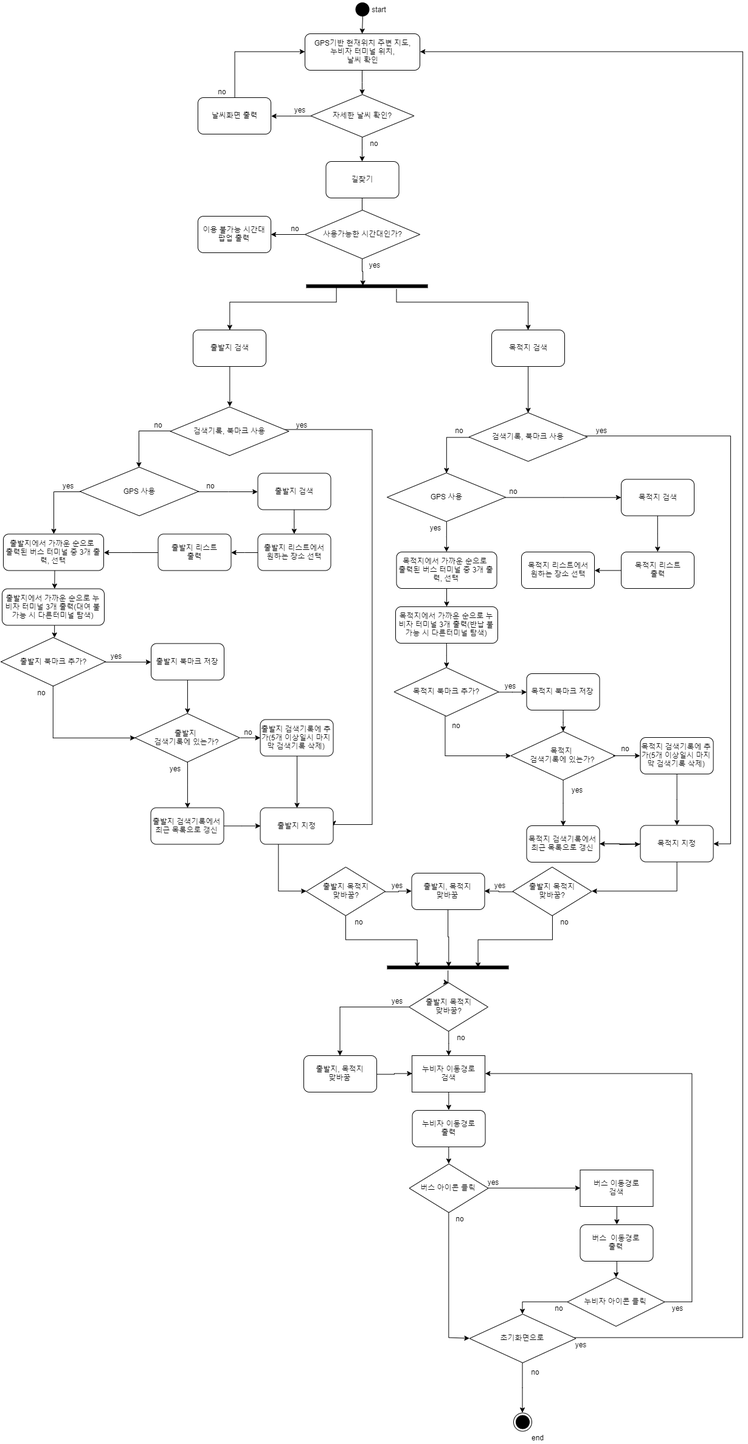
Earlier version of the draw.io export 2nd_homework/activity_diagram.png (chisacam/CWNU19SE_2B). Source tidied: cells renumbered, new cells last; positions are measured from the earlier drawing's top-left corner, leaving out a move shared by most shapes.
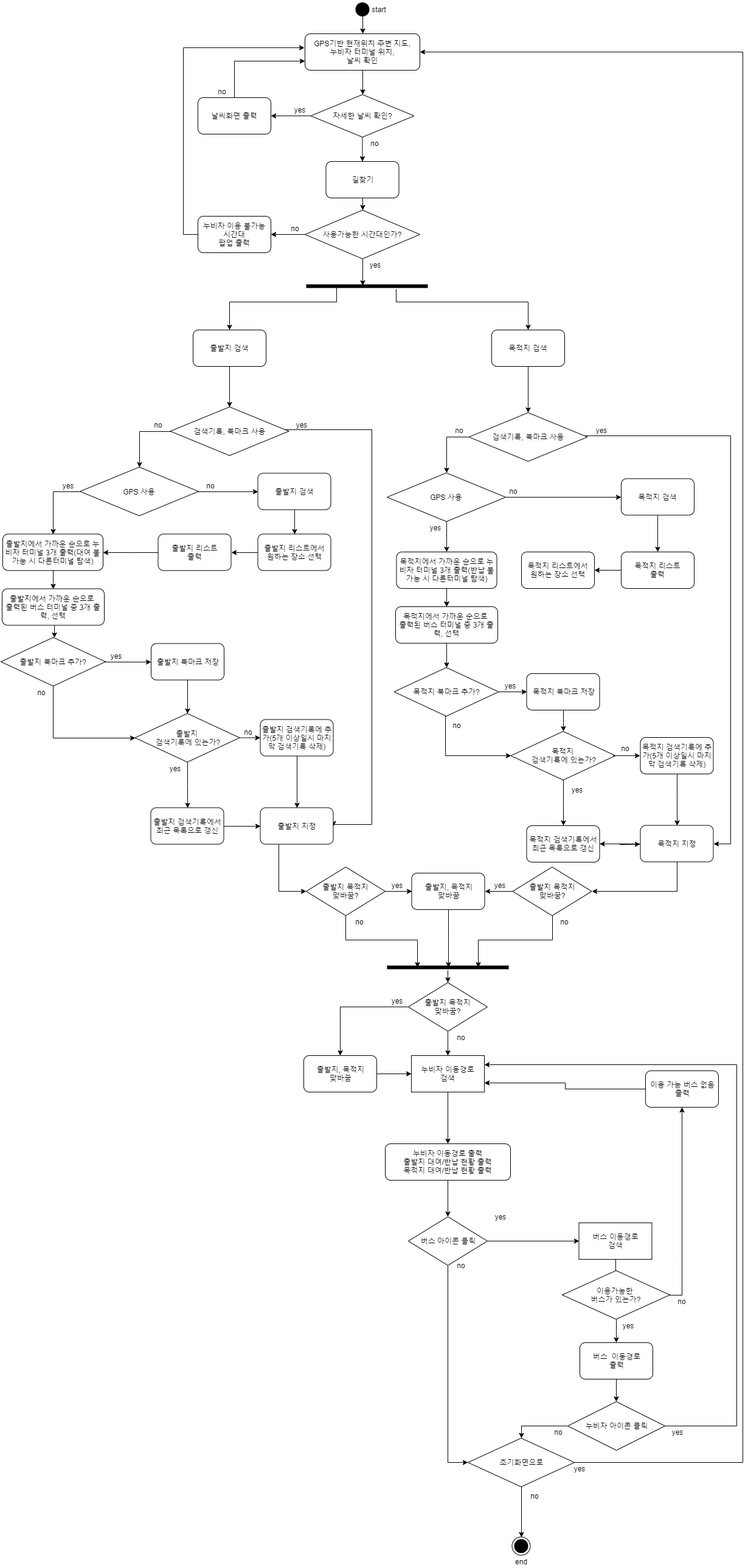
After the change.

Commit message:
update activity diagram -191109

The edit, as a diff of the source:
```diff
@@ -94,8 +94,11 @@
     <mxCell id="26" value="출발지 검색" style="rounded=1;whiteSpace=wrap;html=1;" parent="1" vertex="1">
       <mxGeometry x="422.5" y="777.5" width="120" height="60" as="geometry" />
     </mxCell>
+    <mxCell id="152" style="edgeStyle=orthogonalEdgeStyle;rounded=0;jettySize=auto;html=1;entryX=0.5;entryY=0;entryDx=0;entryDy=0;" parent="1" edge="1" source="27" target="29">
+      <mxGeometry relative="1" as="geometry" />
+    </mxCell>
-    <mxCell id="27" value="출발지에서 가까운 순으로 &lt;br&gt;출력된 버스 터미널 중 3개 출력, 선택" style="rounded=1;whiteSpace=wrap;html=1;" parent="1" vertex="1">
-      <mxGeometry x="4" y="877.5" width="165" height="60" as="geometry" />
+    <mxCell id="27" value="출발지에서 가까운 순으로 누비자 터미널 3개 출력(대여 불가능 시 다른터미널 탐색)" style="rounded=1;whiteSpace=wrap;html=1;" parent="1" vertex="1">
+      <mxGeometry x="3" y="877.5" width="165" height="60" as="geometry" />
     </mxCell>
     <mxCell id="28" style="edgeStyle=orthogonalEdgeStyle;rounded=0;orthogonalLoop=1;jettySize=auto;html=1;entryX=0.5;entryY=0;entryDx=0;entryDy=0;strokeColor=#000000;" parent="1" edge="1">
       <mxGeometry relative="1" as="geometry">
@@ -103,7 +106,7 @@
         <mxPoint x="88.2" y="1047.7" as="targetPoint" />
       </mxGeometry>
     </mxCell>
-    <mxCell id="29" value="출발지에서 가까운 순으로 누비자 터미널 3개 출력(대여 불가능 시 다른터미널 탐색)" style="rounded=1;whiteSpace=wrap;html=1;" parent="1" vertex="1">
+    <mxCell id="29" value="&lt;div&gt;출발지에서 가까운 순으로&amp;nbsp;&lt;/div&gt;&lt;div&gt;출력된 버스 터미널 중 3개 출력, 선택&lt;/div&gt;" style="rounded=1;whiteSpace=wrap;html=1;" parent="1" vertex="1">
       <mxGeometry x="2" y="967.5" width="168" height="60" as="geometry" />
     </mxCell>
     <mxCell id="30" style="edgeStyle=orthogonalEdgeStyle;rounded=0;jettySize=auto;html=1;entryX=0.5;entryY=0;entryDx=0;entryDy=0;strokeColor=#000000;" parent="1" edge="1" source="31" target="45">
@@ -126,12 +129,6 @@
     <mxCell id="35" value="no" style="text;html=1;strokeColor=none;fillColor=none;align=center;verticalAlign=middle;whiteSpace=wrap;rounded=0;" parent="1" vertex="1">
       <mxGeometry x="386.5" y="1192.5" width="40" height="20" as="geometry" />
     </mxCell>
-    <mxCell id="36" style="endArrow=classic;html=1;exitX=0.5;exitY=1;exitDx=0;exitDy=0;" parent="1" edge="1">
-      <mxGeometry relative="1" as="geometry">
-        <mxPoint x="88.5" y="937.5" as="sourcePoint" />
-        <mxPoint x="88.2" y="967.5" as="targetPoint" />
-      </mxGeometry>
-    </mxCell>
     <mxCell id="37" style="edgeStyle=orthogonalEdgeStyle;rounded=0;jettySize=auto;html=1;entryX=0;entryY=0.5;entryDx=0;entryDy=0;strokeColor=#000000;" parent="1" edge="1" target="43">
       <mxGeometry relative="1" as="geometry">
         <mxPoint x="6.1" y="1087.7" as="sourcePoint" />
@@ -204,15 +201,18 @@
       <mxGeometry relative="1" as="geometry" />
     </mxCell>
     <mxCell id="54" value="목적지 검색" style="rounded=1;whiteSpace=wrap;html=1;" parent="1" vertex="1">
-      <mxGeometry x="1020" y="787.5" width="120" height="60" as="geometry" />
+      <mxGeometry x="1020" y="786.5" width="120" height="60" as="geometry" />
     </mxCell>
+    <mxCell id="153" style="edgeStyle=orthogonalEdgeStyle;rounded=0;jettySize=auto;html=1;" parent="1" edge="1" source="55" target="57">
+      <mxGeometry relative="1" as="geometry" />
+    </mxCell>
-    <mxCell id="55" value="목적지에서 가까운 순으로 &lt;br&gt;출력된 버스 터미널 중 3개 출력, 선택" style="rounded=1;whiteSpace=wrap;html=1;" parent="1" vertex="1">
+    <mxCell id="55" value="목적지에서 가까운 순으로 누비자 터미널 3개 출력(반납 불가능 시 다른터미널 탐색)" style="rounded=1;whiteSpace=wrap;html=1;" parent="1" vertex="1">
       <mxGeometry x="650.5" y="907" width="165" height="60" as="geometry" />
     </mxCell>
     <mxCell id="56" style="edgeStyle=orthogonalEdgeStyle;rounded=0;jettySize=auto;html=1;strokeColor=#000000;" parent="1" edge="1" source="57" target="67">
       <mxGeometry relative="1" as="geometry" />
     </mxCell>
-    <mxCell id="57" value="목적지에서 가까운 순으로 누비자 터미널 3개 출력(반납 불가능 시 다른터미널 탐색)" style="rounded=1;whiteSpace=wrap;html=1;" parent="1" vertex="1">
+    <mxCell id="57" value="목적지에서 가까운 순으로&amp;nbsp;&lt;br&gt;출력된 버스 터미널 중 3개 출력, 선택" style="rounded=1;whiteSpace=wrap;html=1;" parent="1" vertex="1">
       <mxGeometry x="649" y="997" width="168" height="60" as="geometry" />
     </mxCell>
     <mxCell id="58" style="edgeStyle=orthogonalEdgeStyle;rounded=0;jettySize=auto;html=1;entryX=0.5;entryY=0;entryDx=0;entryDy=0;strokeColor=#000000;" parent="1" edge="1" source="59" target="72">
@@ -293,55 +293,51 @@
     <mxCell id="79" style="edgeStyle=orthogonalEdgeStyle;rounded=0;jettySize=auto;html=1;entryX=0.5;entryY=0;entryDx=0;entryDy=0;strokeColor=#000000;" parent="1" edge="1" source="80" target="85">
       <mxGeometry relative="1" as="geometry" />
     </mxCell>
-    <mxCell id="80" value="누비자 이동경로&lt;br&gt;출력" style="rounded=1;whiteSpace=wrap;html=1;" parent="1" vertex="1">
-      <mxGeometry x="676.5" y="1825" width="120" height="60" as="geometry" />
+    <mxCell id="80" value="누비자 이동경로 출력&lt;br&gt;출발지 대여/반납 현황 출력&lt;br&gt;목적지 대여/반납 현황 출력" style="rounded=1;whiteSpace=wrap;html=1;" parent="1" vertex="1">
+      <mxGeometry x="632" y="1880" width="206" height="60" as="geometry" />
     </mxCell>
     <mxCell id="81" style="edgeStyle=orthogonalEdgeStyle;rounded=0;jettySize=auto;html=1;entryX=0.5;entryY=0;entryDx=0;entryDy=0;strokeColor=#000000;" parent="1" edge="1" source="82" target="88">
       <mxGeometry relative="1" as="geometry" />
     </mxCell>
     <mxCell id="82" value="버스&amp;nbsp; 이동경로&lt;br&gt;출력" style="rounded=1;whiteSpace=wrap;html=1;" parent="1" vertex="1">
-      <mxGeometry x="952.5" y="2013" width="120" height="60" as="geometry" />
+      <mxGeometry x="952" y="2207" width="120" height="60" as="geometry" />
     </mxCell>
     <mxCell id="83" style="edgeStyle=orthogonalEdgeStyle;rounded=0;jettySize=auto;html=1;strokeColor=#000000;entryX=0;entryY=0.5;entryDx=0;entryDy=0;" parent="1" edge="1" source="85" target="91">
       <mxGeometry relative="1" as="geometry" />
     </mxCell>
-    <mxCell id="84" style="edgeStyle=orthogonalEdgeStyle;rounded=0;jettySize=auto;html=1;strokeColor=#000000;entryX=0;entryY=0.5;entryDx=0;entryDy=0;" parent="1" edge="1" source="85" target="94">
-      <mxGeometry relative="1" as="geometry">
-        <Array as="points">
-          <mxPoint x="736" y="2199" />
-        </Array>
-      </mxGeometry>
+    <mxCell id="84" style="edgeStyle=orthogonalEdgeStyle;rounded=0;jettySize=auto;html=1;entryX=0;entryY=0.5;entryDx=0;entryDy=0;" parent="1" edge="1" source="85" target="94">
+      <mxGeometry relative="1" as="geometry" />
     </mxCell>
     <mxCell id="85" value="버스 아이콘 클릭" style="rhombus;whiteSpace=wrap;html=1;strokeColor=#000000;" parent="1" vertex="1">
-      <mxGeometry x="671.5" y="1913" width="130" height="80" as="geometry" />
+      <mxGeometry x="670" y="2000" width="130" height="80" as="geometry" />
     </mxCell>
+    <mxCell id="87" style="edgeStyle=orthogonalEdgeStyle;rounded=0;jettySize=auto;html=1;entryX=0.5;entryY=0;entryDx=0;entryDy=0;exitX=0;exitY=0.5;exitDx=0;exitDy=0;" parent="1" edge="1" source="88" target="94">
+      <mxGeometry relative="1" as="geometry" />
+    </mxCell>
-    <mxCell id="86" style="edgeStyle=orthogonalEdgeStyle;rounded=0;jettySize=auto;html=1;strokeColor=#000000;entryX=1;entryY=0.5;entryDx=0;entryDy=0;" parent="1" edge="1" source="88" target="89">
+    <mxCell id="86" style="edgeStyle=orthogonalEdgeStyle;rounded=0;jettySize=auto;html=1;entryX=1;entryY=0.25;entryDx=0;entryDy=0;" parent="1" edge="1" source="88" target="89">
       <mxGeometry relative="1" as="geometry">
         <Array as="points">
-          <mxPoint x="1136" y="2140" />
-          <mxPoint x="1136" y="1765" />
+          <mxPoint x="1210" y="2344" />
+          <mxPoint x="1210" y="1750" />
         </Array>
       </mxGeometry>
     </mxCell>
-    <mxCell id="87" style="edgeStyle=orthogonalEdgeStyle;rounded=0;jettySize=auto;html=1;entryX=0.5;entryY=0;entryDx=0;entryDy=0;exitX=0;exitY=0.5;exitDx=0;exitDy=0;" parent="1" edge="1" source="88" target="94">
-      <mxGeometry relative="1" as="geometry" />
-    </mxCell>
     <mxCell id="88" value="누비자 아이콘 클릭" style="rhombus;whiteSpace=wrap;html=1;strokeColor=#000000;" parent="1" vertex="1">
-      <mxGeometry x="931.5" y="2100" width="160" height="80" as="geometry" />
+      <mxGeometry x="932" y="2304" width="160" height="80" as="geometry" />
     </mxCell>
     <mxCell id="89" value="누비자 이동경로&lt;br&gt;검색" style="rounded=0;whiteSpace=wrap;html=1;strokeColor=#000000;" parent="1" vertex="1">
-      <mxGeometry x="676" y="1735" width="120" height="60" as="geometry" />
+      <mxGeometry x="675" y="1735" width="120" height="60" as="geometry" />
     </mxCell>
-    <mxCell id="90" style="edgeStyle=orthogonalEdgeStyle;rounded=0;jettySize=auto;html=1;entryX=0.5;entryY=0;entryDx=0;entryDy=0;strokeColor=#000000;" parent="1" edge="1" source="91" target="82">
-      <mxGeometry relative="1" as="geometry" />
-    </mxCell>
+    <mxCell id="154" style="edgeStyle=orthogonalEdgeStyle;rounded=0;jettySize=auto;html=1;entryX=0.5;entryY=0;entryDx=0;entryDy=0;" parent="1" edge="1" source="91" target="158">
+      <mxGeometry relative="1" as="geometry" />
+    </mxCell>
     <mxCell id="91" value="버스 이동경로&lt;br&gt;검색" style="rounded=0;whiteSpace=wrap;html=1;strokeColor=#000000;" parent="1" vertex="1">
-      <mxGeometry x="952.5" y="1923" width="120" height="60" as="geometry" />
+      <mxGeometry x="950.5" y="2010" width="120" height="60" as="geometry" />
     </mxCell>
     <mxCell id="92" style="edgeStyle=orthogonalEdgeStyle;rounded=0;jettySize=auto;html=1;strokeColor=#000000;entryX=1;entryY=0.5;entryDx=0;entryDy=0;" parent="1" edge="1" source="94" target="5">
       <mxGeometry relative="1" as="geometry">
         <Array as="points">
-          <mxPoint x="1220" y="2199" />
+          <mxPoint x="1220" y="2404" />
           <mxPoint x="1220" y="85" />
         </Array>
       </mxGeometry>
@@ -350,25 +346,25 @@
       <mxGeometry relative="1" as="geometry" />
     </mxCell>
     <mxCell id="94" value="초기화면으로" style="rhombus;whiteSpace=wrap;html=1;strokeColor=#000000;" parent="1" vertex="1">
-      <mxGeometry x="770.5" y="2160" width="175" height="80" as="geometry" />
+      <mxGeometry x="768" y="2364" width="175" height="80" as="geometry" />
     </mxCell>
     <mxCell id="95" style="ellipse;html=1;shape=endState;fillColor=#000000;strokeColor=#000000;" parent="1" vertex="1">
-      <mxGeometry x="843" y="2322.5" width="30" height="30" as="geometry" />
+      <mxGeometry x="840.5" y="2526.5" width="30" height="30" as="geometry" />
     </mxCell>
     <mxCell id="96" value="yes" style="text;html=1;strokeColor=none;fillColor=none;align=center;verticalAlign=middle;whiteSpace=wrap;rounded=0;" parent="1" vertex="1">
-      <mxGeometry x="1091.5" y="2140" width="40" height="20" as="geometry" />
+      <mxGeometry x="1092" y="2344" width="40" height="20" as="geometry" />
     </mxCell>
     <mxCell id="97" value="yes" style="text;html=1;strokeColor=none;fillColor=none;align=center;verticalAlign=middle;whiteSpace=wrap;rounded=0;" parent="1" vertex="1">
-      <mxGeometry x="932.5" y="2200" width="40" height="20" as="geometry" />
+      <mxGeometry x="931" y="2404" width="40" height="20" as="geometry" />
     </mxCell>
     <mxCell id="98" value="yes" style="text;html=1;strokeColor=none;fillColor=none;align=center;verticalAlign=middle;whiteSpace=wrap;rounded=0;" parent="1" vertex="1">
-      <mxGeometry x="789.5" y="1933" width="40" height="20" as="geometry" />
+      <mxGeometry x="800.5" y="1990" width="40" height="20" as="geometry" />
     </mxCell>
     <mxCell id="99" value="no" style="text;html=1;strokeColor=none;fillColor=none;align=center;verticalAlign=middle;whiteSpace=wrap;rounded=0;" parent="1" vertex="1">
-      <mxGeometry x="859" y="2245" width="40" height="20" as="geometry" />
+      <mxGeometry x="857.5" y="2449" width="40" height="20" as="geometry" />
     </mxCell>
     <mxCell id="100" value="no" style="text;html=1;strokeColor=none;fillColor=none;align=center;verticalAlign=middle;whiteSpace=wrap;rounded=0;" parent="1" vertex="1">
-      <mxGeometry x="735" y="1993" width="40" height="20" as="geometry" />
+      <mxGeometry x="736.5" y="2070" width="40" height="20" as="geometry" />
     </mxCell>
     <mxCell id="101" style="edgeStyle=orthogonalEdgeStyle;rounded=0;jettySize=auto;html=1;entryX=0.464;entryY=0.433;entryDx=0;entryDy=0;entryPerimeter=0;strokeColor=#000000;" parent="1" edge="1" source="103" target="10">
       <mxGeometry relative="1" as="geometry" />
@@ -394,7 +390,15 @@
     <mxCell id="108" value="yes" style="text;html=1;strokeColor=none;fillColor=none;align=center;verticalAlign=middle;whiteSpace=wrap;rounded=0;" parent="1" vertex="1">
       <mxGeometry x="594.5" y="425" width="40" height="20" as="geometry" />
     </mxCell>
+    <mxCell id="155" style="edgeStyle=orthogonalEdgeStyle;rounded=0;jettySize=auto;html=1;entryX=-0.005;entryY=0.383;entryDx=0;entryDy=0;entryPerimeter=0;" parent="1" edge="1" source="109" target="5">
+      <mxGeometry relative="1" as="geometry">
+        <Array as="points">
+          <mxPoint x="300" y="385" />
+          <mxPoint x="300" y="78" />
+        </Array>
+      </mxGeometry>
+    </mxCell>
-    <mxCell id="109" value="이용 불가능 시간대&lt;br&gt;팝업 출력" style="rounded=1;whiteSpace=wrap;html=1;" parent="1" vertex="1">
+    <mxCell id="109" value="누비자 이용 불가능 시간대&lt;br&gt;팝업 출력" style="rounded=1;whiteSpace=wrap;html=1;" parent="1" vertex="1">
       <mxGeometry x="324" y="355" width="120" height="60" as="geometry" />
     </mxCell>
     <mxCell id="110" value="yes" style="text;html=1;strokeColor=none;fillColor=none;align=center;verticalAlign=middle;whiteSpace=wrap;rounded=0;" parent="1" vertex="1">
@@ -444,7 +448,7 @@
       <mxGeometry relative="1" as="geometry" />
     </mxCell>
     <mxCell id="122" value="출발지 목적지&lt;br&gt;맞바꿈?" style="rhombus;whiteSpace=wrap;html=1;strokeColor=#000000;" parent="1" vertex="1">
-      <mxGeometry x="671" y="1615" width="130" height="80" as="geometry" />
+      <mxGeometry x="670" y="1615" width="130" height="80" as="geometry" />
     </mxCell>
     <mxCell id="123" style="edgeStyle=orthogonalEdgeStyle;rounded=0;jettySize=auto;html=1;entryX=0.507;entryY=0.471;entryDx=0;entryDy=0;entryPerimeter=0;" parent="1" edge="1" source="124" target="78">
       <mxGeometry relative="1" as="geometry" />
@@ -479,10 +483,10 @@
     <mxCell id="133" value="yes" style="text;html=1;strokeColor=none;fillColor=none;align=center;verticalAlign=middle;whiteSpace=wrap;rounded=0;" parent="1" vertex="1">
       <mxGeometry x="471" y="170" width="40" height="20" as="geometry" />
     </mxCell>
-    <mxCell id="134" style="edgeStyle=orthogonalEdgeStyle;rounded=0;jettySize=auto;html=1;entryX=0;entryY=0.5;entryDx=0;entryDy=0;strokeColor=#000000;" parent="1" edge="1" source="135" target="5">
+    <mxCell id="134" style="edgeStyle=orthogonalEdgeStyle;rounded=0;jettySize=auto;html=1;entryX=0;entryY=0.75;entryDx=0;entryDy=0;" parent="1" edge="1" source="135" target="5">
       <mxGeometry relative="1" as="geometry">
         <Array as="points">
-          <mxPoint x="384" y="85" />
+          <mxPoint x="384" y="100" />
         </Array>
       </mxGeometry>
     </mxCell>
@@ -496,7 +500,7 @@
       <mxGeometry x="602" y="5" width="40" height="20" as="geometry" />
     </mxCell>
     <mxCell id="138" value="end" style="text;html=1;strokeColor=none;fillColor=none;align=center;verticalAlign=middle;whiteSpace=wrap;rounded=0;" parent="1" vertex="1">
-      <mxGeometry x="862" y="2352.5" width="40" height="20" as="geometry" />
+      <mxGeometry x="834.5" y="2556.5" width="40" height="20" as="geometry" />
     </mxCell>
     <mxCell id="139" style="edgeStyle=orthogonalEdgeStyle;rounded=0;jettySize=auto;html=1;entryX=1;entryY=0.5;entryDx=0;entryDy=0;" parent="1" edge="1" source="140" target="27">
       <mxGeometry relative="1" as="geometry" />
@@ -535,7 +539,33 @@
       <mxGeometry x="736.5" y="1695" width="40" height="20" as="geometry" />
     </mxCell>
     <mxCell id="151" value="no" style="text;html=1;strokeColor=none;fillColor=none;align=center;verticalAlign=middle;whiteSpace=wrap;rounded=0;" parent="1" vertex="1">
-      <mxGeometry x="898" y="2140" width="40" height="20" as="geometry" />
+      <mxGeometry x="896.5" y="2344" width="40" height="20" as="geometry" />
     </mxCell>
+    <mxCell id="156" style="edgeStyle=orthogonalEdgeStyle;rounded=0;jettySize=auto;html=1;entryX=0.5;entryY=0;entryDx=0;entryDy=0;" parent="1" edge="1" source="158" target="82">
+      <mxGeometry relative="1" as="geometry" />
+    </mxCell>
+    <mxCell id="157" style="edgeStyle=orthogonalEdgeStyle;rounded=0;jettySize=auto;html=1;entryX=0.5;entryY=1;entryDx=0;entryDy=0;" parent="1" edge="1" source="158" target="162">
+      <mxGeometry relative="1" as="geometry">
+        <Array as="points">
+          <mxPoint x="1120" y="2071.5" />
+          <mxPoint x="1120" y="1850" />
+        </Array>
+      </mxGeometry>
+    </mxCell>
+    <mxCell id="158" value="이용가능한 &lt;br&gt;버스가 있는가?" style="rhombus;whiteSpace=wrap;html=1;strokeColor=#000000;" parent="1" vertex="1">
+      <mxGeometry x="923" y="2088.5" width="177" height="80" as="geometry" />
+    </mxCell>
+    <mxCell id="159" value="yes" style="text;html=1;strokeColor=none;fillColor=none;align=center;verticalAlign=middle;whiteSpace=wrap;rounded=0;" parent="1" vertex="1">
+      <mxGeometry x="1011" y="2168.5" width="40" height="20" as="geometry" />
+    </mxCell>
+    <mxCell id="160" value="no" style="text;html=1;strokeColor=none;fillColor=none;align=center;verticalAlign=middle;whiteSpace=wrap;rounded=0;" parent="1" vertex="1">
+      <mxGeometry x="1100" y="2128.5" width="40" height="20" as="geometry" />
+    </mxCell>
+    <mxCell id="161" style="edgeStyle=orthogonalEdgeStyle;rounded=0;jettySize=auto;html=1;entryX=1;entryY=0.75;entryDx=0;entryDy=0;" parent="1" edge="1" source="162" target="89">
+      <mxGeometry relative="1" as="geometry" />
+    </mxCell>
+    <mxCell id="162" value="이용 가능 버스 없음&lt;br&gt;출력" style="rounded=1;whiteSpace=wrap;html=1;" parent="1" vertex="1">
+      <mxGeometry x="1060" y="1760" width="120" height="60" as="geometry" />
+    </mxCell>
   </root>
 </mxGraphModel>
```
